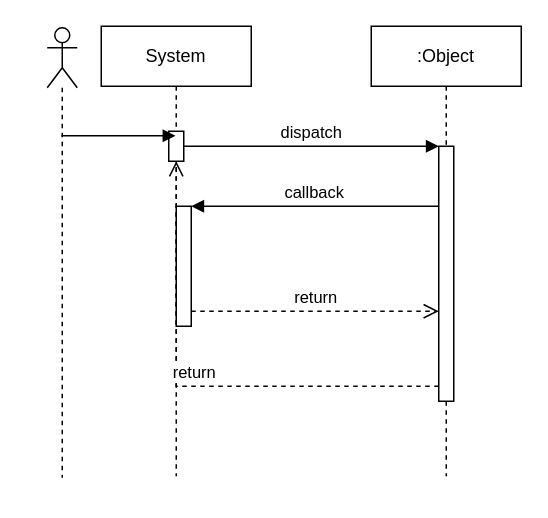
Above: doc/DiS_consulte_planning.drawio in MelissaHOA/EXO_Gestion_Ecole (draw.io), before the change. Source tidied: cells renumbered, new cells numbered last; positions are measured from the earlier drawing's top-left corner, leaving out a move shared by most shapes. Both pictures are drawn from the tidied source at 150%, with x=0, y=0 at pixel (46, 26).
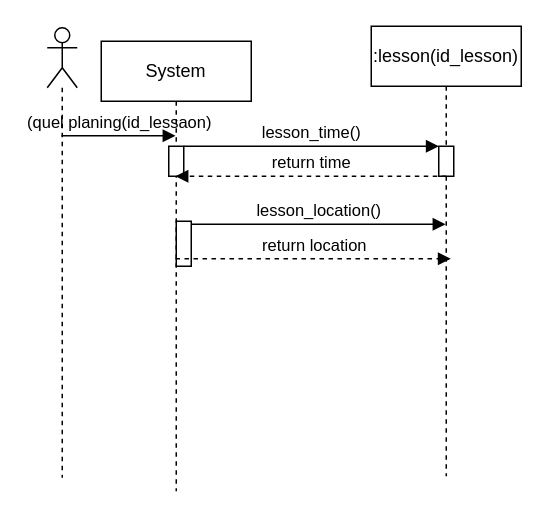
The same diagram, later.

Commit message (it also covers changes not shown here):
Mettre à jour DiS_consulte_planning.drawio

Diff of the diagram source:
```diff
@@
 <mxGraphModel>
   <root>
     <mxCell id="0" />
     <mxCell id="1" parent="0" />
     <mxCell id="2" value="System" style="shape=umlLifeline;perimeter=lifelinePerimeter;whiteSpace=wrap;html=1;outlineConnect=0;portConstraint=eastwest;newEdgeStyle={&quot;edgeStyle&quot;:&quot;elbowEdgeStyle&quot;,&quot;elbow&quot;:&quot;vertical&quot;,&quot;curved&quot;:0,&quot;rounded&quot;:0};" parent="1" vertex="1">
-      <mxGeometry x="36" width="100" height="300" as="geometry" />
+      <mxGeometry x="36" y="10" width="100" height="300" as="geometry" />
     </mxCell>
     <mxCell id="3" style="html=1;points=[];perimeter=orthogonalPerimeter;outlineConnect=0;targetShapes=umlLifeline;portConstraint=eastwest;newEdgeStyle={&quot;edgeStyle&quot;:&quot;elbowEdgeStyle&quot;,&quot;elbow&quot;:&quot;vertical&quot;,&quot;curved&quot;:0,&quot;rounded&quot;:0};" parent="2" vertex="1">
       <mxGeometry x="45" y="70" width="10" height="20" as="geometry" />
     </mxCell>
     <mxCell id="4" style="html=1;points=[];perimeter=orthogonalPerimeter;outlineConnect=0;targetShapes=umlLifeline;portConstraint=eastwest;newEdgeStyle={&quot;edgeStyle&quot;:&quot;elbowEdgeStyle&quot;,&quot;elbow&quot;:&quot;vertical&quot;,&quot;curved&quot;:0,&quot;rounded&quot;:0};" parent="2" vertex="1">
-      <mxGeometry x="50" y="120" width="10" height="80" as="geometry" />
+      <mxGeometry x="50" y="120" width="10" height="30" as="geometry" />
     </mxCell>
-    <mxCell id="5" value=":Object" style="shape=umlLifeline;perimeter=lifelinePerimeter;whiteSpace=wrap;html=1;newEdgeStyle={&quot;edgeStyle&quot;:&quot;elbowEdgeStyle&quot;,&quot;elbow&quot;:&quot;vertical&quot;,&quot;curved&quot;:0,&quot;rounded&quot;:0};" parent="1" vertex="1">
+    <mxCell id="5" value=":lesson(id_lesson)" style="shape=umlLifeline;perimeter=lifelinePerimeter;whiteSpace=wrap;html=1;newEdgeStyle={&quot;edgeStyle&quot;:&quot;elbowEdgeStyle&quot;,&quot;elbow&quot;:&quot;vertical&quot;,&quot;curved&quot;:0,&quot;rounded&quot;:0};" parent="1" vertex="1">
       <mxGeometry x="216" width="100" height="300" as="geometry" />
     </mxCell>
     <mxCell id="6" style="html=1;points=[];perimeter=orthogonalPerimeter;outlineConnect=0;targetShapes=umlLifeline;portConstraint=eastwest;newEdgeStyle={&quot;edgeStyle&quot;:&quot;elbowEdgeStyle&quot;,&quot;elbow&quot;:&quot;vertical&quot;,&quot;curved&quot;:0,&quot;rounded&quot;:0};" parent="5" vertex="1">
-      <mxGeometry x="45" y="80" width="10" height="170" as="geometry" />
+      <mxGeometry x="45" y="80" width="10" height="20" as="geometry" />
     </mxCell>
-    <mxCell id="7" value="dispatch" style="html=1;verticalAlign=bottom;endArrow=block;edgeStyle=elbowEdgeStyle;elbow=vertical;curved=0;rounded=0;" parent="1" edge="1" source="3" target="6">
+    <mxCell id="7" value="lesson_time()" style="html=1;verticalAlign=bottom;endArrow=block;edgeStyle=elbowEdgeStyle;elbow=vertical;curved=0;rounded=0;" parent="1" edge="1">
       <mxGeometry relative="1" as="geometry">
+        <mxPoint x="91" y="80" as="sourcePoint" />
+        <mxPoint x="261" y="80" as="targetPoint" />
         <Array as="points">
           <mxPoint x="176" y="80" />
         </Array>
       </mxGeometry>
     </mxCell>
-    <mxCell id="8" value="return" style="html=1;verticalAlign=bottom;endArrow=open;dashed=1;endSize=8;edgeStyle=elbowEdgeStyle;elbow=vertical;curved=0;rounded=0;" parent="1" edge="1" source="6" target="3">
-      <mxGeometry relative="1" as="geometry">
-        <Array as="points">
-          <mxPoint x="186" y="240" />
-        </Array>
-      </mxGeometry>
-    </mxCell>
-    <mxCell id="9" value="callback" style="html=1;verticalAlign=bottom;endArrow=block;edgeStyle=elbowEdgeStyle;elbow=vertical;curved=0;rounded=0;" parent="1" edge="1" source="6" target="4">
-      <mxGeometry relative="1" as="geometry">
-        <Array as="points">
-          <mxPoint x="186" y="120" />
-        </Array>
-      </mxGeometry>
-    </mxCell>
-    <mxCell id="10" value="return" style="html=1;verticalAlign=bottom;endArrow=open;dashed=1;endSize=8;edgeStyle=elbowEdgeStyle;elbow=vertical;curved=0;rounded=0;" parent="1" edge="1" source="4" target="6">
-      <mxGeometry relative="1" as="geometry">
-        <Array as="points">
-          <mxPoint x="176" y="190" />
-        </Array>
-      </mxGeometry>
-    </mxCell>
     <mxCell id="11" style="shape=umlLifeline;perimeter=lifelinePerimeter;whiteSpace=wrap;html=1;newEdgeStyle={&quot;curved&quot;:0,&quot;rounded&quot;:0};participant=umlActor;" parent="1" vertex="1">
       <mxGeometry y="1" width="20" height="300" as="geometry" />
     </mxCell>
-    <mxCell id="12" style="html=1;verticalAlign=bottom;labelBackgroundColor=none;endArrow=block;endFill=1;rounded=0;" parent="1" edge="1">
+    <mxCell id="12" value="(quel planing(id_lessaon)" style="html=1;verticalAlign=bottom;labelBackgroundColor=none;endArrow=block;endFill=1;rounded=0;" parent="1" edge="1">
       <mxGeometry relative="1" as="geometry">
         <mxPoint x="9.5" y="73" as="sourcePoint" />
         <mxPoint x="85.5" y="73" as="targetPoint" />
       </mxGeometry>
     </mxCell>
+    <mxCell id="13" value="lesson_location()" style="html=1;verticalAlign=bottom;labelBackgroundColor=none;endArrow=block;endFill=1;rounded=0;" parent="1" edge="1">
+      <mxGeometry relative="1" as="geometry">
+        <mxPoint x="96" y="132" as="sourcePoint" />
+        <mxPoint x="265.5" y="132" as="targetPoint" />
+      </mxGeometry>
+    </mxCell>
+    <mxCell id="14" value="return time" style="html=1;verticalAlign=bottom;labelBackgroundColor=none;endArrow=block;endFill=1;dashed=1;rounded=0;" parent="1" edge="1" target="2">
+      <mxGeometry relative="1" as="geometry">
+        <mxPoint x="266" y="100" as="sourcePoint" />
+      </mxGeometry>
+    </mxCell>
+    <mxCell id="15" value="return location" style="html=1;verticalAlign=bottom;labelBackgroundColor=none;endArrow=block;endFill=1;dashed=1;rounded=0;" parent="1" edge="1" source="2">
+      <mxGeometry relative="1" as="geometry">
+        <mxPoint x="269" y="155" as="targetPoint" />
+      </mxGeometry>
+    </mxCell>
   </root>
 </mxGraphModel>
```
